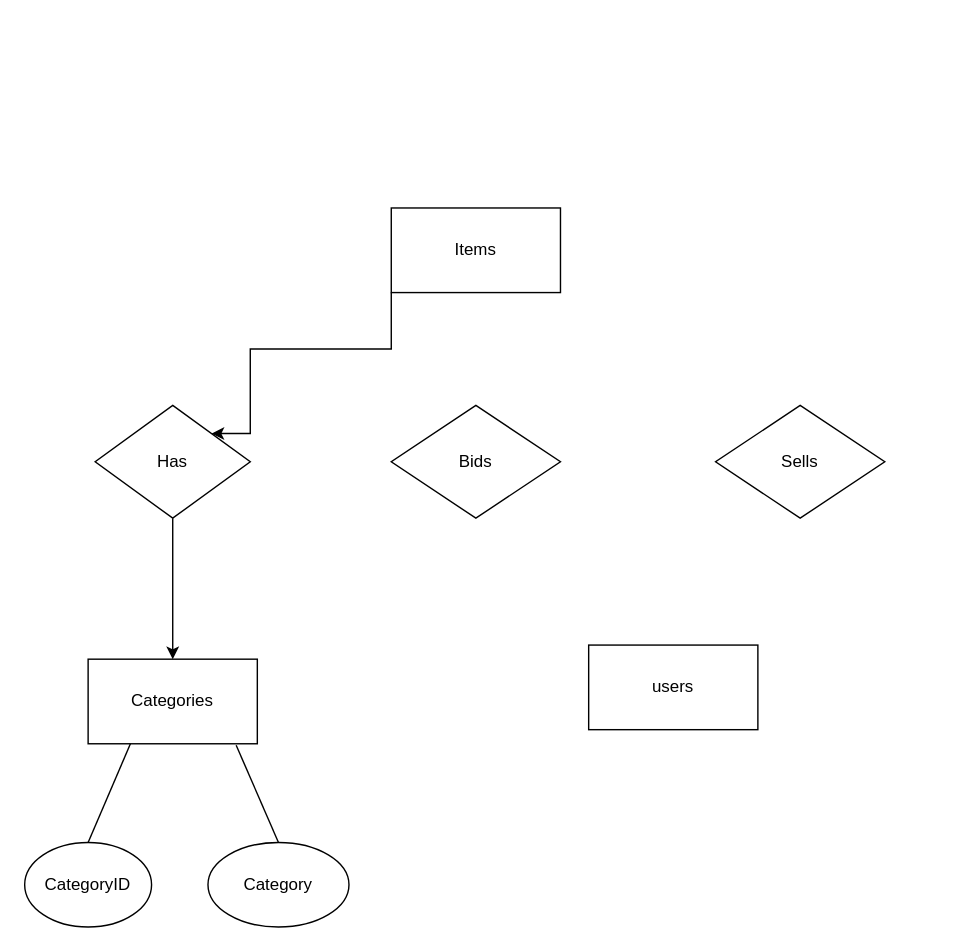
This is Homework/ER Modeling/AuctionERDiagram.drawio from AaronMelcher/CS564, a draw.io file, before an edit. Source tidied: cells renumbered, new cells numbered last; positions are measured from the earlier drawing's top-left corner, leaving out a move shared by most shapes. Both pictures are drawn from the tidied source at 141%, with x=0, y=0 at pixel (24, 207).
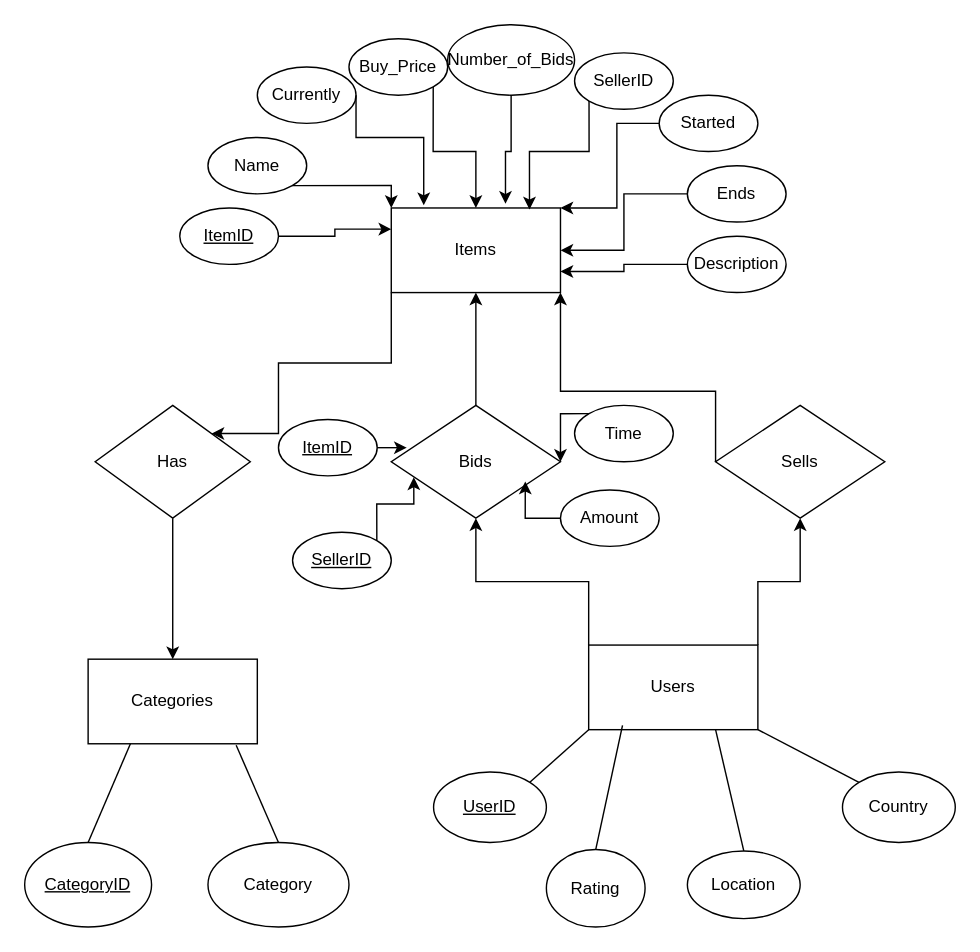
The same page after the edit.

Commit message:
finalizing ER diagram

Unchanged cells that the change refers to:
```xml
<mxCell id="3" value="Items" style="rounded=0;whiteSpace=wrap;html=1;" parent="1" vertex="1">
  <mxGeometry x="260" width="120" height="60" as="geometry" />
</mxCell>
<mxCell id="4" value="Sells" style="rhombus;whiteSpace=wrap;html=1;" parent="1" vertex="1">
  <mxGeometry x="490" y="140" width="120" height="80" as="geometry" />
</mxCell>
<mxCell id="5" value="Bids" style="rhombus;whiteSpace=wrap;html=1;" parent="1" vertex="1">
  <mxGeometry x="260" y="140" width="120" height="80" as="geometry" />
</mxCell>
<mxCell id="9" value="Has" style="rhombus;whiteSpace=wrap;html=1;" parent="1" vertex="1">
  <mxGeometry x="50" y="140" width="110" height="80" as="geometry" />
</mxCell>
```

The edit, as a diff of the source:
```diff
@@
     <mxCell id="2" style="edgeStyle=orthogonalEdgeStyle;rounded=0;jettySize=auto;html=1;exitX=0;exitY=1;exitDx=0;exitDy=0;entryX=1;entryY=0;entryDx=0;entryDy=0;" parent="1" edge="1" source="3" target="9">
       <mxGeometry relative="1" as="geometry">
         <Array as="points">
-          <mxPoint x="260" y="100" />
-          <mxPoint x="160" y="100" />
-          <mxPoint x="160" y="160" />
+          <mxPoint x="260" y="110" />
+          <mxPoint x="180" y="110" />
+          <mxPoint x="180" y="160" />
         </Array>
       </mxGeometry>
     </mxCell>
@@
+    <mxCell id="14" style="edgeStyle=orthogonalEdgeStyle;rounded=0;jettySize=auto;html=1;exitX=0;exitY=0.5;exitDx=0;exitDy=0;entryX=1;entryY=1;entryDx=0;entryDy=0;" parent="1" edge="1" source="4" target="3">
+      <mxGeometry relative="1" as="geometry">
+        <Array as="points">
+          <mxPoint x="490" y="130" />
+          <mxPoint x="380" y="130" />
+        </Array>
+      </mxGeometry>
+    </mxCell>
@@
+    <mxCell id="15" style="edgeStyle=orthogonalEdgeStyle;rounded=0;jettySize=auto;html=1;exitX=0.5;exitY=0;exitDx=0;exitDy=0;" parent="1" edge="1" source="5" target="3">
+      <mxGeometry relative="1" as="geometry" />
+    </mxCell>
@@
+    <mxCell id="16" style="edgeStyle=orthogonalEdgeStyle;rounded=0;jettySize=auto;html=1;exitX=0;exitY=0;exitDx=0;exitDy=0;entryX=0.5;entryY=1;entryDx=0;entryDy=0;" parent="1" edge="1" source="6" target="5">
+      <mxGeometry relative="1" as="geometry" />
+    </mxCell>
+    <mxCell id="17" style="edgeStyle=orthogonalEdgeStyle;rounded=0;jettySize=auto;html=1;exitX=1;exitY=0;exitDx=0;exitDy=0;entryX=0.5;entryY=1;entryDx=0;entryDy=0;" parent="1" edge="1" source="6" target="4">
+      <mxGeometry relative="1" as="geometry" />
+    </mxCell>
-    <mxCell id="6" value="users" style="rounded=0;whiteSpace=wrap;html=1;" parent="1" vertex="1">
+    <mxCell id="6" value="Users" style="rounded=0;whiteSpace=wrap;html=1;" parent="1" vertex="1">
       <mxGeometry x="400" y="310" width="120" height="60" as="geometry" />
     </mxCell>
@@
-    <mxCell id="10" value="CategoryID" style="ellipse;whiteSpace=wrap;html=1;" parent="1" vertex="1">
+    <mxCell id="10" value="&lt;u&gt;CategoryID&lt;/u&gt;" style="ellipse;whiteSpace=wrap;html=1;" parent="1" vertex="1">
       <mxGeometry y="450" width="90" height="60" as="geometry" />
     </mxCell>
@@
+    <mxCell id="18" value="&lt;u&gt;UserID&lt;/u&gt;" style="ellipse;whiteSpace=wrap;html=1;" parent="1" vertex="1">
+      <mxGeometry x="290" y="400" width="80" height="50" as="geometry" />
+    </mxCell>
+    <mxCell id="19" value="Rating" style="ellipse;whiteSpace=wrap;html=1;" parent="1" vertex="1">
+      <mxGeometry x="370" y="455" width="70" height="55" as="geometry" />
+    </mxCell>
+    <mxCell id="20" value="Location" style="ellipse;whiteSpace=wrap;html=1;" parent="1" vertex="1">
+      <mxGeometry x="470" y="456" width="80" height="48" as="geometry" />
+    </mxCell>
+    <mxCell id="21" value="Country" style="ellipse;whiteSpace=wrap;html=1;" parent="1" vertex="1">
+      <mxGeometry x="580" y="400" width="80" height="50" as="geometry" />
+    </mxCell>
+    <mxCell id="22" style="endArrow=none;html=1;rounded=0;exitX=1;exitY=0;exitDx=0;exitDy=0;entryX=0;entryY=1;entryDx=0;entryDy=0;" parent="1" edge="1" source="18" target="6">
+      <mxGeometry relative="1" as="geometry" />
+    </mxCell>
+    <mxCell id="23" style="endArrow=none;html=1;rounded=0;entryX=0.2;entryY=0.95;entryDx=0;entryDy=0;entryPerimeter=0;exitX=0.5;exitY=0;exitDx=0;exitDy=0;" parent="1" edge="1" source="19" target="6">
+      <mxGeometry relative="1" as="geometry" />
+    </mxCell>
+    <mxCell id="24" style="endArrow=none;html=1;rounded=0;entryX=0.75;entryY=1;entryDx=0;entryDy=0;exitX=0.5;exitY=0;exitDx=0;exitDy=0;" parent="1" edge="1" source="20" target="6">
+      <mxGeometry relative="1" as="geometry" />
+    </mxCell>
+    <mxCell id="25" style="endArrow=none;html=1;rounded=0;entryX=1;entryY=1;entryDx=0;entryDy=0;exitX=0;exitY=0;exitDx=0;exitDy=0;" parent="1" edge="1" source="21" target="6">
+      <mxGeometry relative="1" as="geometry" />
+    </mxCell>
+    <mxCell id="26" style="edgeStyle=orthogonalEdgeStyle;rounded=0;jettySize=auto;html=1;exitX=1;exitY=0.5;exitDx=0;exitDy=0;entryX=0;entryY=0.25;entryDx=0;entryDy=0;" parent="1" edge="1" source="27" target="3">
+      <mxGeometry relative="1" as="geometry" />
+    </mxCell>
+    <mxCell id="27" value="&lt;u&gt;ItemID&lt;/u&gt;" style="ellipse;whiteSpace=wrap;html=1;" parent="1" vertex="1">
+      <mxGeometry x="110" width="70" height="40" as="geometry" />
+    </mxCell>
+    <mxCell id="28" style="edgeStyle=orthogonalEdgeStyle;rounded=0;jettySize=auto;html=1;exitX=1;exitY=1;exitDx=0;exitDy=0;entryX=0;entryY=0;entryDx=0;entryDy=0;" parent="1" edge="1" source="29" target="3">
+      <mxGeometry relative="1" as="geometry">
+        <Array as="points">
+          <mxPoint x="260" y="-16" />
+        </Array>
+      </mxGeometry>
+    </mxCell>
+    <mxCell id="29" value="Name" style="ellipse;whiteSpace=wrap;html=1;" parent="1" vertex="1">
+      <mxGeometry x="130" y="-50" width="70" height="40" as="geometry" />
+    </mxCell>
+    <mxCell id="30" value="Currently" style="ellipse;whiteSpace=wrap;html=1;" parent="1" vertex="1">
+      <mxGeometry x="165" y="-100" width="70" height="40" as="geometry" />
+    </mxCell>
+    <mxCell id="31" style="edgeStyle=orthogonalEdgeStyle;rounded=0;jettySize=auto;html=1;exitX=1;exitY=1;exitDx=0;exitDy=0;entryX=0.5;entryY=0;entryDx=0;entryDy=0;" parent="1" edge="1" source="32" target="3">
+      <mxGeometry relative="1" as="geometry" />
+    </mxCell>
+    <mxCell id="32" value="Buy_Price" style="ellipse;whiteSpace=wrap;html=1;" parent="1" vertex="1">
+      <mxGeometry x="230" y="-120" width="70" height="40" as="geometry" />
+    </mxCell>
+    <mxCell id="33" value="SellerID" style="ellipse;whiteSpace=wrap;html=1;" parent="1" vertex="1">
+      <mxGeometry x="390" y="-110" width="70" height="40" as="geometry" />
+    </mxCell>
+    <mxCell id="34" value="Number_of_Bids" style="ellipse;whiteSpace=wrap;html=1;" parent="1" vertex="1">
+      <mxGeometry x="300" y="-130" width="90" height="50" as="geometry" />
+    </mxCell>
+    <mxCell id="35" style="edgeStyle=orthogonalEdgeStyle;rounded=0;jettySize=auto;html=1;exitX=0;exitY=0.5;exitDx=0;exitDy=0;entryX=1;entryY=0;entryDx=0;entryDy=0;" parent="1" edge="1" source="36" target="3">
+      <mxGeometry relative="1" as="geometry">
+        <Array as="points">
+          <mxPoint x="420" y="-60" />
+          <mxPoint x="420" />
+        </Array>
+      </mxGeometry>
+    </mxCell>
+    <mxCell id="36" value="Started" style="ellipse;whiteSpace=wrap;html=1;" parent="1" vertex="1">
+      <mxGeometry x="450" y="-80" width="70" height="40" as="geometry" />
+    </mxCell>
+    <mxCell id="37" style="edgeStyle=orthogonalEdgeStyle;rounded=0;jettySize=auto;html=1;" parent="1" edge="1" source="38" target="3">
+      <mxGeometry relative="1" as="geometry" />
+    </mxCell>
+    <mxCell id="38" value="Ends" style="ellipse;whiteSpace=wrap;html=1;" parent="1" vertex="1">
+      <mxGeometry x="470" y="-30" width="70" height="40" as="geometry" />
+    </mxCell>
+    <mxCell id="39" style="edgeStyle=orthogonalEdgeStyle;rounded=0;jettySize=auto;html=1;exitX=0;exitY=0.5;exitDx=0;exitDy=0;entryX=1;entryY=0.75;entryDx=0;entryDy=0;" parent="1" edge="1" source="40" target="3">
+      <mxGeometry relative="1" as="geometry" />
+    </mxCell>
+    <mxCell id="40" value="Description" style="ellipse;whiteSpace=wrap;html=1;" parent="1" vertex="1">
+      <mxGeometry x="470" y="20" width="70" height="40" as="geometry" />
+    </mxCell>
+    <mxCell id="41" style="edgeStyle=orthogonalEdgeStyle;rounded=0;jettySize=auto;html=1;exitX=0;exitY=1;exitDx=0;exitDy=0;entryX=0.817;entryY=0.017;entryDx=0;entryDy=0;entryPerimeter=0;" parent="1" edge="1" source="33" target="3">
+      <mxGeometry relative="1" as="geometry">
+        <Array as="points">
+          <mxPoint x="400" y="-40" />
+          <mxPoint x="358" y="-40" />
+        </Array>
+      </mxGeometry>
+    </mxCell>
+    <mxCell id="42" style="edgeStyle=orthogonalEdgeStyle;rounded=0;jettySize=auto;html=1;exitX=0.5;exitY=1;exitDx=0;exitDy=0;entryX=0.675;entryY=-0.05;entryDx=0;entryDy=0;entryPerimeter=0;" parent="1" edge="1" source="34" target="3">
+      <mxGeometry relative="1" as="geometry" />
+    </mxCell>
+    <mxCell id="43" style="edgeStyle=orthogonalEdgeStyle;rounded=0;jettySize=auto;html=1;exitX=1;exitY=0.5;exitDx=0;exitDy=0;entryX=0.192;entryY=-0.033;entryDx=0;entryDy=0;entryPerimeter=0;" parent="1" edge="1" source="30" target="3">
+      <mxGeometry relative="1" as="geometry">
+        <Array as="points">
+          <mxPoint x="235" y="-50" />
+          <mxPoint x="283" y="-50" />
+        </Array>
+      </mxGeometry>
+    </mxCell>
+    <mxCell id="44" value="&lt;u&gt;ItemID&lt;/u&gt;" style="ellipse;whiteSpace=wrap;html=1;" parent="1" vertex="1">
+      <mxGeometry x="180" y="150" width="70" height="40" as="geometry" />
+    </mxCell>
+    <mxCell id="45" value="&lt;u&gt;SellerID&lt;/u&gt;" style="ellipse;whiteSpace=wrap;html=1;" parent="1" vertex="1">
+      <mxGeometry x="190" y="230" width="70" height="40" as="geometry" />
+    </mxCell>
+    <mxCell id="46" style="edgeStyle=orthogonalEdgeStyle;rounded=0;jettySize=auto;html=1;exitX=0;exitY=0;exitDx=0;exitDy=0;entryX=1;entryY=0.5;entryDx=0;entryDy=0;" parent="1" edge="1" source="47" target="5">
+      <mxGeometry relative="1" as="geometry" />
+    </mxCell>
+    <mxCell id="47" value="Time" style="ellipse;whiteSpace=wrap;html=1;" parent="1" vertex="1">
+      <mxGeometry x="390" y="140" width="70" height="40" as="geometry" />
+    </mxCell>
+    <mxCell id="48" value="Amount" style="ellipse;whiteSpace=wrap;html=1;" parent="1" vertex="1">
+      <mxGeometry x="380" y="200" width="70" height="40" as="geometry" />
+    </mxCell>
+    <mxCell id="49" style="edgeStyle=orthogonalEdgeStyle;rounded=0;jettySize=auto;html=1;exitX=1;exitY=0.5;exitDx=0;exitDy=0;entryX=0.092;entryY=0.363;entryDx=0;entryDy=0;entryPerimeter=0;" parent="1" edge="1" source="44" target="5">
+      <mxGeometry relative="1" as="geometry" />
+    </mxCell>
+    <mxCell id="50" style="edgeStyle=orthogonalEdgeStyle;rounded=0;jettySize=auto;html=1;exitX=1;exitY=0;exitDx=0;exitDy=0;entryX=0.133;entryY=0.638;entryDx=0;entryDy=0;entryPerimeter=0;" parent="1" edge="1" source="45" target="5">
+      <mxGeometry relative="1" as="geometry" />
+    </mxCell>
+    <mxCell id="51" style="edgeStyle=orthogonalEdgeStyle;rounded=0;jettySize=auto;html=1;exitX=0;exitY=0.5;exitDx=0;exitDy=0;entryX=0.792;entryY=0.675;entryDx=0;entryDy=0;entryPerimeter=0;" parent="1" edge="1" source="48" target="5">
+      <mxGeometry relative="1" as="geometry" />
+    </mxCell>
```
